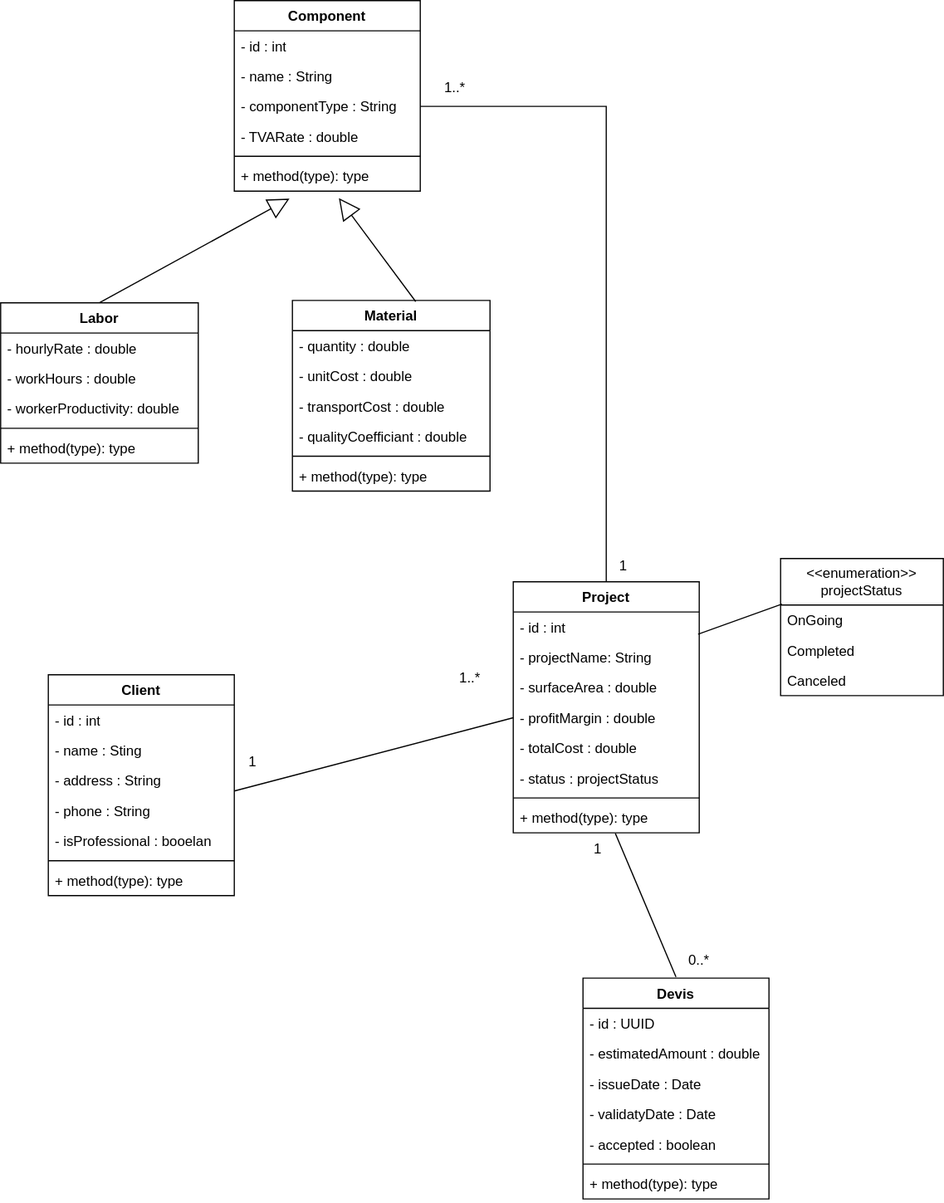
abdelalicode/JBProject keeps this draw.io diagram as DClasse.svg. Above is the earlier version. Source tidied: cells renumbered, new cells last; positions are measured from the earlier drawing's top-left corner, leaving out a move shared by most shapes.
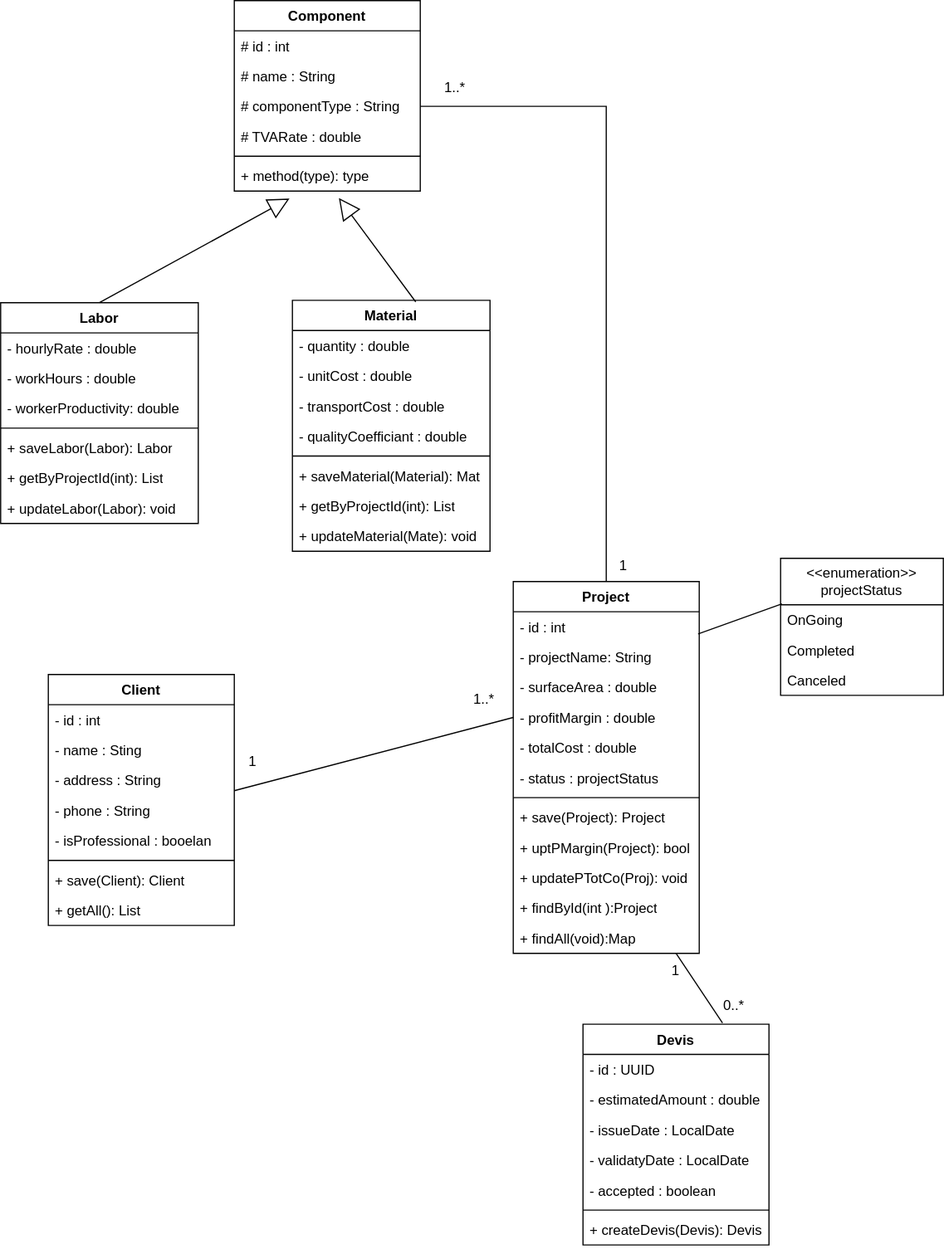
After the change.

The edit, as a diff of the source:
```diff
@@ -5,16 +5,16 @@
     <mxCell id="2" value="Component" style="swimlane;fontStyle=1;align=center;verticalAlign=top;horizontal=1;startSize=26;whiteSpace=wrap;html=1;" parent="1" vertex="1">
       <mxGeometry x="201" width="160" height="164" as="geometry" />
     </mxCell>
-    <mxCell id="3" value="- id : int" style="text;strokeColor=none;fillColor=none;align=left;verticalAlign=top;spacingLeft=4;spacingRight=4;overflow=hidden;whiteSpace=wrap;html=1;" parent="2" vertex="1">
+    <mxCell id="3" value="# id : int" style="text;strokeColor=none;fillColor=none;align=left;verticalAlign=top;spacingLeft=4;spacingRight=4;overflow=hidden;whiteSpace=wrap;html=1;" parent="2" vertex="1">
       <mxGeometry y="26" width="160" height="26" as="geometry" />
     </mxCell>
-    <mxCell id="4" value="- name : String" style="text;strokeColor=none;fillColor=none;align=left;verticalAlign=top;spacingLeft=4;spacingRight=4;overflow=hidden;whiteSpace=wrap;html=1;" parent="2" vertex="1">
+    <mxCell id="4" value="# name : String" style="text;strokeColor=none;fillColor=none;align=left;verticalAlign=top;spacingLeft=4;spacingRight=4;overflow=hidden;whiteSpace=wrap;html=1;" parent="2" vertex="1">
       <mxGeometry y="52" width="160" height="26" as="geometry" />
     </mxCell>
-    <mxCell id="5" value="- componentType : String" style="text;strokeColor=none;fillColor=none;align=left;verticalAlign=top;spacingLeft=4;spacingRight=4;overflow=hidden;points=[[0,0.5],[1,0.5]];portConstraint=eastwest;whiteSpace=wrap;html=1;" parent="2" vertex="1">
+    <mxCell id="5" value="# componentType : String" style="text;strokeColor=none;fillColor=none;align=left;verticalAlign=top;spacingLeft=4;spacingRight=4;overflow=hidden;points=[[0,0.5],[1,0.5]];portConstraint=eastwest;whiteSpace=wrap;html=1;" parent="2" vertex="1">
       <mxGeometry y="78" width="160" height="26" as="geometry" />
     </mxCell>
-    <mxCell id="6" value="- TVARate : double" style="text;strokeColor=none;fillColor=none;align=left;verticalAlign=top;spacingLeft=4;spacingRight=4;overflow=hidden;whiteSpace=wrap;html=1;" parent="2" vertex="1">
+    <mxCell id="6" value="# TVARate : double" style="text;strokeColor=none;fillColor=none;align=left;verticalAlign=top;spacingLeft=4;spacingRight=4;overflow=hidden;whiteSpace=wrap;html=1;" parent="2" vertex="1">
       <mxGeometry y="104" width="160" height="26" as="geometry" />
     </mxCell>
     <mxCell id="7" style="line;strokeWidth=1;fillColor=none;align=left;verticalAlign=middle;spacingTop=-1;spacingLeft=3;spacingRight=3;labelPosition=right;strokeColor=inherit;" parent="2" vertex="1">
@@ -24,7 +24,7 @@
       <mxGeometry y="138" width="160" height="26" as="geometry" />
     </mxCell>
     <mxCell id="9" value="Material" style="swimlane;fontStyle=1;align=center;verticalAlign=top;horizontal=1;startSize=26;whiteSpace=wrap;html=1;" parent="1" vertex="1">
-      <mxGeometry x="251" y="258" width="170" height="164" as="geometry" />
+      <mxGeometry x="251" y="258" width="170" height="216" as="geometry" />
     </mxCell>
     <mxCell id="10" value="- quantity : double" style="text;strokeColor=none;fillColor=none;align=left;verticalAlign=top;spacingLeft=4;spacingRight=4;overflow=hidden;whiteSpace=wrap;html=1;" parent="9" vertex="1">
       <mxGeometry y="26" width="170" height="26" as="geometry" />
@@ -41,11 +41,17 @@
     <mxCell id="14" style="line;strokeWidth=1;fillColor=none;align=left;verticalAlign=middle;spacingTop=-1;spacingLeft=3;spacingRight=3;labelPosition=right;strokeColor=inherit;" parent="9" vertex="1">
       <mxGeometry y="130" width="170" height="8" as="geometry" />
     </mxCell>
-    <mxCell id="15" value="+ method(type): type" style="text;strokeColor=none;fillColor=none;align=left;verticalAlign=top;spacingLeft=4;spacingRight=4;overflow=hidden;whiteSpace=wrap;html=1;" parent="9" vertex="1">
+    <mxCell id="15" value="+ saveMaterial(Material): Mat" style="text;strokeColor=none;fillColor=none;align=left;verticalAlign=top;spacingLeft=4;spacingRight=4;overflow=hidden;whiteSpace=wrap;html=1;" parent="9" vertex="1">
       <mxGeometry y="138" width="170" height="26" as="geometry" />
     </mxCell>
+    <mxCell id="63" value="+ getByProjectId(int): List" style="text;strokeColor=none;fillColor=none;align=left;verticalAlign=top;spacingLeft=4;spacingRight=4;overflow=hidden;whiteSpace=wrap;html=1;" parent="9" vertex="1">
+      <mxGeometry y="164" width="170" height="26" as="geometry" />
+    </mxCell>
+    <mxCell id="64" value="+ updateMaterial(Mate): void" style="text;strokeColor=none;fillColor=none;align=left;verticalAlign=top;spacingLeft=4;spacingRight=4;overflow=hidden;whiteSpace=wrap;html=1;" parent="9" vertex="1">
+      <mxGeometry y="190" width="170" height="26" as="geometry" />
+    </mxCell>
     <mxCell id="16" value="Labor" style="swimlane;fontStyle=1;align=center;verticalAlign=top;horizontal=1;startSize=26;whiteSpace=wrap;html=1;" parent="1" vertex="1">
-      <mxGeometry y="260" width="170" height="138" as="geometry" />
+      <mxGeometry y="260" width="170" height="190" as="geometry" />
     </mxCell>
     <mxCell id="17" value="- hourlyRate : double" style="text;strokeColor=none;fillColor=none;align=left;verticalAlign=top;spacingLeft=4;spacingRight=4;overflow=hidden;whiteSpace=wrap;html=1;" parent="16" vertex="1">
       <mxGeometry y="26" width="170" height="26" as="geometry" />
@@ -59,11 +65,17 @@
     <mxCell id="20" style="line;strokeWidth=1;fillColor=none;align=left;verticalAlign=middle;spacingTop=-1;spacingLeft=3;spacingRight=3;labelPosition=right;strokeColor=inherit;" parent="16" vertex="1">
       <mxGeometry y="104" width="170" height="8" as="geometry" />
     </mxCell>
-    <mxCell id="21" value="+ method(type): type" style="text;strokeColor=none;fillColor=none;align=left;verticalAlign=top;spacingLeft=4;spacingRight=4;overflow=hidden;whiteSpace=wrap;html=1;" parent="16" vertex="1">
+    <mxCell id="21" value="+ saveLabor(Labor): Labor" style="text;strokeColor=none;fillColor=none;align=left;verticalAlign=top;spacingLeft=4;spacingRight=4;overflow=hidden;whiteSpace=wrap;html=1;" parent="16" vertex="1">
       <mxGeometry y="112" width="170" height="26" as="geometry" />
     </mxCell>
+    <mxCell id="65" value="+ getByProjectId(int): List" style="text;strokeColor=none;fillColor=none;align=left;verticalAlign=top;spacingLeft=4;spacingRight=4;overflow=hidden;whiteSpace=wrap;html=1;" parent="16" vertex="1">
+      <mxGeometry y="138" width="170" height="26" as="geometry" />
+    </mxCell>
+    <mxCell id="66" value="+ updateLabor(Labor): void" style="text;strokeColor=none;fillColor=none;align=left;verticalAlign=top;spacingLeft=4;spacingRight=4;overflow=hidden;whiteSpace=wrap;html=1;" parent="16" vertex="1">
+      <mxGeometry y="164" width="170" height="26" as="geometry" />
+    </mxCell>
     <mxCell id="22" value="Project" style="swimlane;fontStyle=1;align=center;verticalAlign=top;horizontal=1;startSize=26;whiteSpace=wrap;html=1;" parent="1" vertex="1">
-      <mxGeometry x="441" y="500" width="160" height="216" as="geometry" />
+      <mxGeometry x="441" y="500" width="160" height="320" as="geometry" />
     </mxCell>
     <mxCell id="23" value="- id : int&amp;nbsp;" style="text;strokeColor=none;fillColor=none;align=left;verticalAlign=top;spacingLeft=4;spacingRight=4;overflow=hidden;whiteSpace=wrap;html=1;" parent="22" vertex="1">
       <mxGeometry y="26" width="160" height="26" as="geometry" />
@@ -86,11 +98,23 @@
     <mxCell id="29" style="line;strokeWidth=1;fillColor=none;align=left;verticalAlign=middle;spacingTop=-1;spacingLeft=3;spacingRight=3;labelPosition=right;strokeColor=inherit;" parent="22" vertex="1">
       <mxGeometry y="182" width="160" height="8" as="geometry" />
     </mxCell>
-    <mxCell id="30" value="+ method(type): type" style="text;strokeColor=none;fillColor=none;align=left;verticalAlign=top;spacingLeft=4;spacingRight=4;overflow=hidden;points=[[0,0.5],[1,0.5]];portConstraint=eastwest;whiteSpace=wrap;html=1;" parent="22" vertex="1">
+    <mxCell id="30" value="+ save(Project): Project" style="text;strokeColor=none;fillColor=none;align=left;verticalAlign=top;spacingLeft=4;spacingRight=4;overflow=hidden;points=[[0,0.5],[1,0.5]];portConstraint=eastwest;whiteSpace=wrap;html=1;" parent="22" vertex="1">
       <mxGeometry y="190" width="160" height="26" as="geometry" />
     </mxCell>
+    <mxCell id="67" value="+ uptPMargin(Project): bool" style="text;strokeColor=none;fillColor=none;align=left;verticalAlign=top;spacingLeft=4;spacingRight=4;overflow=hidden;whiteSpace=wrap;html=1;" parent="22" vertex="1">
+      <mxGeometry y="216" width="160" height="26" as="geometry" />
+    </mxCell>
+    <mxCell id="68" value="+ updatePTotCo(Proj): void" style="text;strokeColor=none;fillColor=none;align=left;verticalAlign=top;spacingLeft=4;spacingRight=4;overflow=hidden;whiteSpace=wrap;html=1;" parent="22" vertex="1">
+      <mxGeometry y="242" width="160" height="26" as="geometry" />
+    </mxCell>
+    <mxCell id="69" value="+ findById(int ):Project" style="text;strokeColor=none;fillColor=none;align=left;verticalAlign=top;spacingLeft=4;spacingRight=4;overflow=hidden;whiteSpace=wrap;html=1;" parent="22" vertex="1">
+      <mxGeometry y="268" width="160" height="26" as="geometry" />
+    </mxCell>
+    <mxCell id="70" value="+ findAll(void):Map" style="text;strokeColor=none;fillColor=none;align=left;verticalAlign=top;spacingLeft=4;spacingRight=4;overflow=hidden;whiteSpace=wrap;html=1;" parent="22" vertex="1">
+      <mxGeometry y="294" width="160" height="26" as="geometry" />
+    </mxCell>
     <mxCell id="31" value="Devis" style="swimlane;fontStyle=1;align=center;verticalAlign=top;horizontal=1;startSize=26;whiteSpace=wrap;html=1;" parent="1" vertex="1">
-      <mxGeometry x="501" y="841" width="160" height="190" as="geometry" />
+      <mxGeometry x="501" y="881" width="160" height="190" as="geometry" />
     </mxCell>
     <mxCell id="32" value="- id : UUID" style="text;strokeColor=none;fillColor=none;align=left;verticalAlign=top;spacingLeft=4;spacingRight=4;overflow=hidden;whiteSpace=wrap;html=1;" parent="31" vertex="1">
       <mxGeometry y="26" width="160" height="26" as="geometry" />
@@ -98,10 +122,10 @@
     <mxCell id="33" value="- estimatedAmount : double" style="text;strokeColor=none;fillColor=none;align=left;verticalAlign=top;spacingLeft=4;spacingRight=4;overflow=hidden;whiteSpace=wrap;html=1;" parent="31" vertex="1">
       <mxGeometry y="52" width="160" height="26" as="geometry" />
     </mxCell>
-    <mxCell id="34" value="- issueDate : Date" style="text;strokeColor=none;fillColor=none;align=left;verticalAlign=top;spacingLeft=4;spacingRight=4;overflow=hidden;whiteSpace=wrap;html=1;" parent="31" vertex="1">
+    <mxCell id="34" value="- issueDate : LocalDate" style="text;strokeColor=none;fillColor=none;align=left;verticalAlign=top;spacingLeft=4;spacingRight=4;overflow=hidden;whiteSpace=wrap;html=1;" parent="31" vertex="1">
       <mxGeometry y="78" width="160" height="26" as="geometry" />
     </mxCell>
-    <mxCell id="35" value="- validatyDate : Date" style="text;strokeColor=none;fillColor=none;align=left;verticalAlign=top;spacingLeft=4;spacingRight=4;overflow=hidden;whiteSpace=wrap;html=1;" parent="31" vertex="1">
+    <mxCell id="35" value="- validatyDate : LocalDate" style="text;strokeColor=none;fillColor=none;align=left;verticalAlign=top;spacingLeft=4;spacingRight=4;overflow=hidden;whiteSpace=wrap;html=1;" parent="31" vertex="1">
       <mxGeometry y="104" width="160" height="26" as="geometry" />
     </mxCell>
     <mxCell id="36" value="- accepted : boolean" style="text;strokeColor=none;fillColor=none;align=left;verticalAlign=top;spacingLeft=4;spacingRight=4;overflow=hidden;whiteSpace=wrap;html=1;" parent="31" vertex="1">
@@ -110,11 +134,11 @@
     <mxCell id="37" style="line;strokeWidth=1;fillColor=none;align=left;verticalAlign=middle;spacingTop=-1;spacingLeft=3;spacingRight=3;labelPosition=right;strokeColor=inherit;" parent="31" vertex="1">
       <mxGeometry y="156" width="160" height="8" as="geometry" />
     </mxCell>
-    <mxCell id="38" value="+ method(type): type" style="text;strokeColor=none;fillColor=none;align=left;verticalAlign=top;spacingLeft=4;spacingRight=4;overflow=hidden;whiteSpace=wrap;html=1;" parent="31" vertex="1">
+    <mxCell id="38" value="+ createDevis(Devis): Devis" style="text;strokeColor=none;fillColor=none;align=left;verticalAlign=top;spacingLeft=4;spacingRight=4;overflow=hidden;whiteSpace=wrap;html=1;" parent="31" vertex="1">
       <mxGeometry y="164" width="160" height="26" as="geometry" />
     </mxCell>
     <mxCell id="39" value="Client" style="swimlane;fontStyle=1;align=center;verticalAlign=top;horizontal=1;startSize=26;whiteSpace=wrap;html=1;" parent="1" vertex="1">
-      <mxGeometry x="41" y="580" width="160" height="190" as="geometry" />
+      <mxGeometry x="41" y="580" width="160" height="216" as="geometry" />
     </mxCell>
     <mxCell id="40" value="- id : int" style="text;strokeColor=none;fillColor=none;align=left;verticalAlign=top;spacingLeft=4;spacingRight=4;overflow=hidden;whiteSpace=wrap;html=1;" parent="39" vertex="1">
       <mxGeometry y="26" width="160" height="26" as="geometry" />
@@ -134,9 +158,12 @@
     <mxCell id="45" style="line;strokeWidth=1;fillColor=none;align=left;verticalAlign=middle;spacingTop=-1;spacingLeft=3;spacingRight=3;labelPosition=right;strokeColor=inherit;" parent="39" vertex="1">
       <mxGeometry y="156" width="160" height="8" as="geometry" />
     </mxCell>
-    <mxCell id="46" value="+ method(type): type" style="text;strokeColor=none;fillColor=none;align=left;verticalAlign=top;spacingLeft=4;spacingRight=4;overflow=hidden;whiteSpace=wrap;html=1;" parent="39" vertex="1">
+    <mxCell id="46" value="+ save(Client): Client" style="text;strokeColor=none;fillColor=none;align=left;verticalAlign=top;spacingLeft=4;spacingRight=4;overflow=hidden;whiteSpace=wrap;html=1;" parent="39" vertex="1">
       <mxGeometry y="164" width="160" height="26" as="geometry" />
     </mxCell>
+    <mxCell id="71" value="+ getAll(): List" style="text;strokeColor=none;fillColor=none;align=left;verticalAlign=top;spacingLeft=4;spacingRight=4;overflow=hidden;whiteSpace=wrap;html=1;" parent="39" vertex="1">
+      <mxGeometry y="190" width="160" height="26" as="geometry" />
+    </mxCell>
     <mxCell id="47" value="&amp;lt;&amp;lt;enumeration&amp;gt;&amp;gt;&lt;br&gt;projectStatus" style="swimlane;fontStyle=0;horizontal=1;startSize=40;fillColor=none;whiteSpace=wrap;html=1;" parent="1" vertex="1">
       <mxGeometry x="671" y="480" width="140" height="118" as="geometry" />
     </mxCell>
@@ -169,11 +196,12 @@
         <mxPoint x="201" y="680" as="sourcePoint" />
       </mxGeometry>
     </mxCell>
-    <mxCell id="55" style="endArrow=none;html=1;rounded=0;entryX=0.549;entryY=1.021;entryDx=0;entryDy=0;entryPerimeter=0;" parent="1" edge="1" target="30">
-      <mxGeometry relative="1" as="geometry">
-        <mxPoint x="581" y="840" as="sourcePoint" />
-      </mxGeometry>
-    </mxCell>
+    <mxCell id="72" style="endArrow=none;html=1;rounded=0;" parent="1" edge="1">
+      <mxGeometry relative="1" as="geometry">
+        <mxPoint x="621" y="880" as="sourcePoint" />
+        <mxPoint x="581" y="820" as="targetPoint" />
+      </mxGeometry>
+    </mxCell>
     <mxCell id="56" style="endArrow=none;html=1;rounded=0;entryX=0.008;entryY=-0.031;entryDx=0;entryDy=0;entryPerimeter=0;exitX=0.994;exitY=-0.266;exitDx=0;exitDy=0;exitPerimeter=0;" parent="1" edge="1" source="24" target="48">
       <mxGeometry relative="1" as="geometry" />
     </mxCell>
@@ -187,13 +215,13 @@
       <mxGeometry x="137" y="640" width="160" height="30" as="geometry" />
     </mxCell>
     <mxCell id="60" value="1..*" style="text;html=1;strokeColor=none;fillColor=none;align=center;verticalAlign=middle;whiteSpace=wrap;rounded=0;" parent="1" vertex="1">
-      <mxGeometry x="374" y="568" width="60" height="30" as="geometry" />
+      <mxGeometry x="386" y="587" width="60" height="30" as="geometry" />
     </mxCell>
     <mxCell id="61" value="0..*" style="text;html=1;strokeColor=none;fillColor=none;align=center;verticalAlign=middle;whiteSpace=wrap;rounded=0;" parent="1" vertex="1">
-      <mxGeometry x="571" y="811" width="60" height="30" as="geometry" />
+      <mxGeometry x="601" y="850" width="60" height="30" as="geometry" />
     </mxCell>
     <mxCell id="62" value="1" style="text;html=1;strokeColor=none;fillColor=none;align=center;verticalAlign=middle;whiteSpace=wrap;rounded=0;" parent="1" vertex="1">
-      <mxGeometry x="434" y="715" width="160" height="30" as="geometry" />
+      <mxGeometry x="501" y="820" width="160" height="30" as="geometry" />
     </mxCell>
   </root>
 </mxGraphModel>
```
